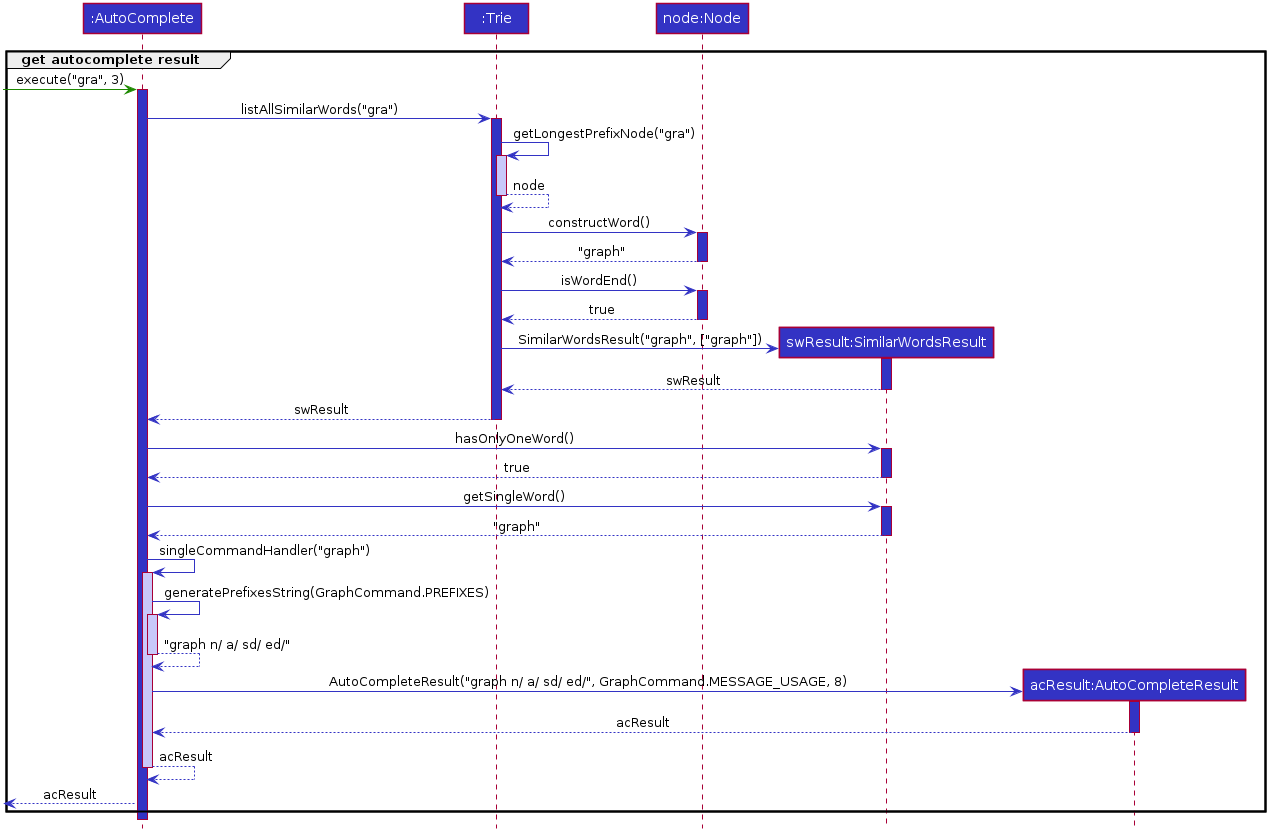
This is docs/images/CommandAutocompleteSequenceDiagramRef.png from nus-cs2103-AY1920S2/addressbook-level3, a PlantUML export, as it was before one commit.
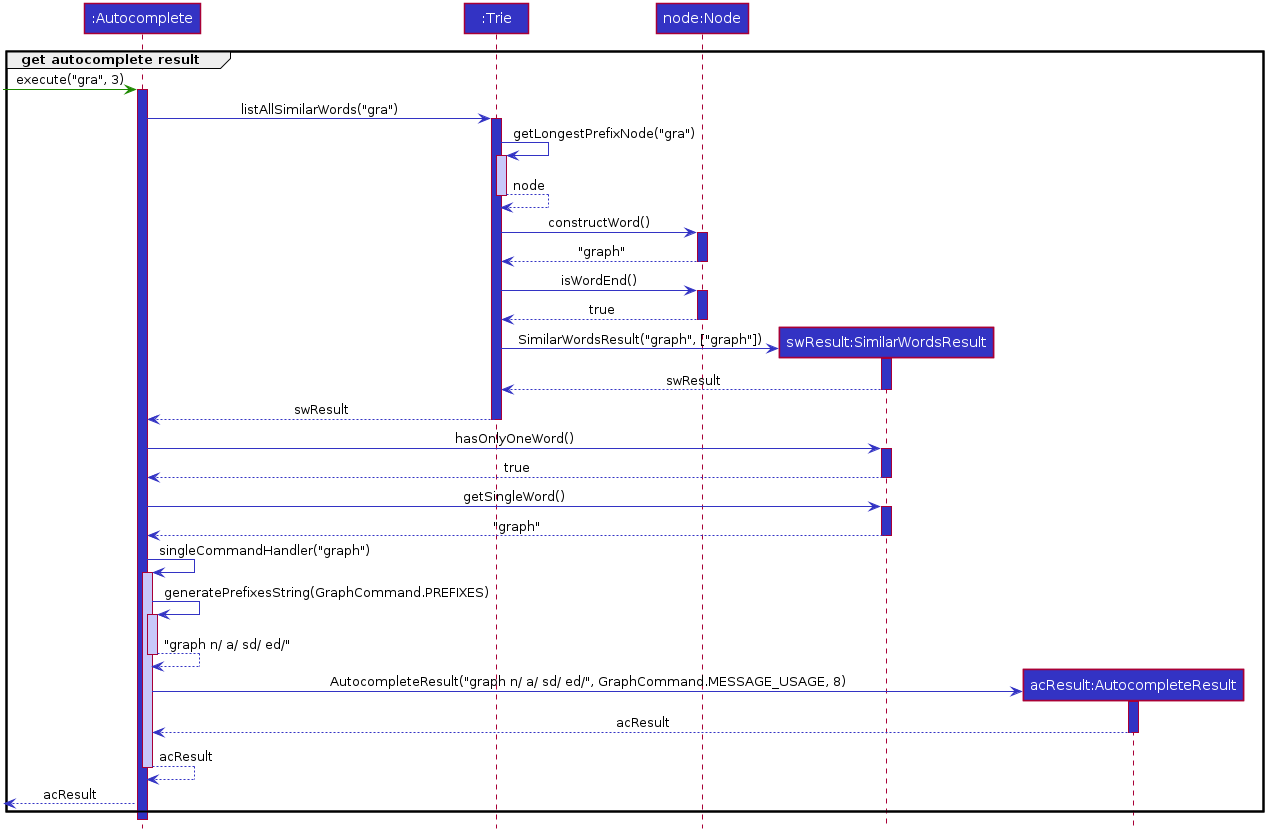
Above is the later version.

Diff of the diagram source:
```diff
@@ -48,11 +48,11 @@
 hide members
 hide circle
 
-Participant ":AutoComplete" as autoComplete #3333C4
+Participant ":Autocomplete" as autoComplete #3333C4
 Participant ":Trie" as trie #3333C4
 Participant "node:Node" as node #3333C4
 Participant "swResult:SimilarWordsResult" as similarWordsResult #3333C4
-Participant "acResult:AutoCompleteResult" as autoCompleteResult #3333C4
+Participant "acResult:AutocompleteResult" as autoCompleteResult #3333C4
 
 group get autocomplete result
 
@@ -110,7 +110,7 @@
 deactivate autoComplete
 
 create autoCompleteResult
-autoComplete -[#3333C4]> autoCompleteResult : AutoCompleteResult("graph n/ a/ sd/ ed/", GraphCommand.MESSAGE_USAGE, 8)
+autoComplete -[#3333C4]> autoCompleteResult : AutocompleteResult("graph n/ a/ sd/ ed/", GraphCommand.MESSAGE_USAGE, 8)
 activate autoCompleteResult #3333C4
 
 autoCompleteResult -[#3333C4]-> autoComplete : acResult
```
